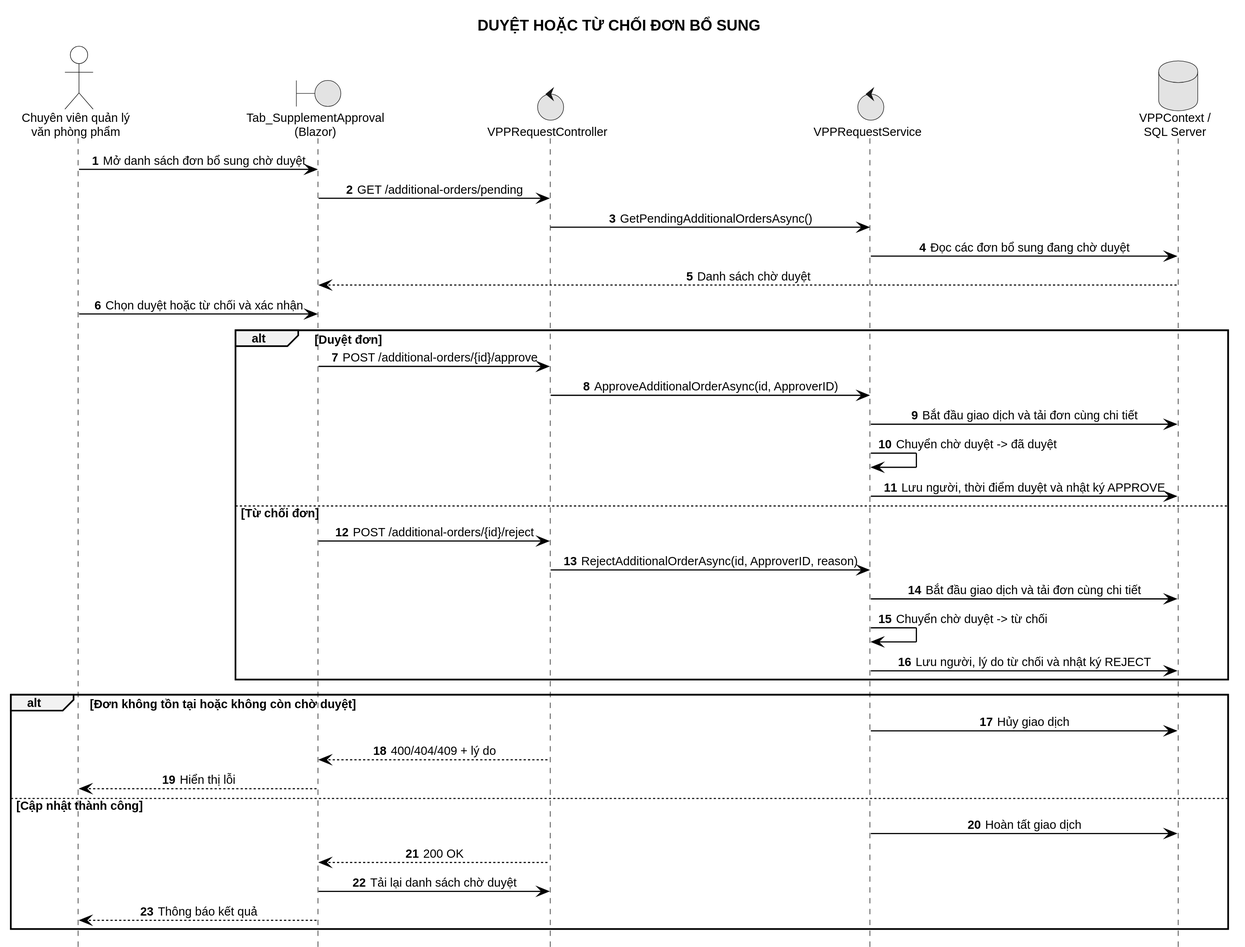
Before: LVTN/diagrams/ch03/sequence-approve-additional-request.svg, a diagram exported from PlantUML (Miikey24s/gtas_vpp).
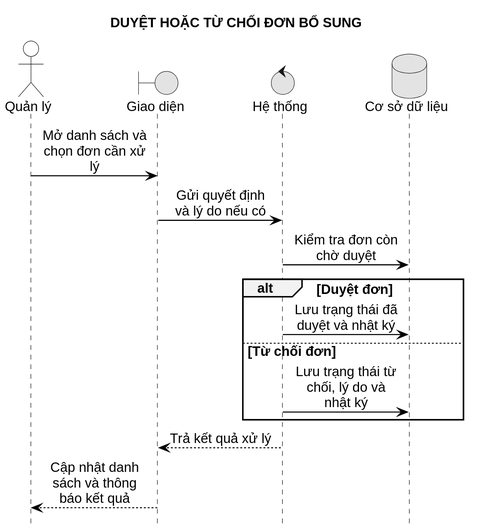
Above is the later version.

What changed in the source:
```diff
@@ -2,41 +2,20 @@
 !include ../common/sequence-style.puml
 title DUYỆT HOẶC TỪ CHỐI ĐƠN BỔ SUNG
 
-actor "Chuyên viên quản lý\nvăn phòng phẩm" as Procurement
-boundary "Tab_SupplementApproval\n(Blazor)" as FE
-control "VPPRequestController" as API
-control "VPPRequestService" as Service
-database "VPPContext /\nSQL Server" as DB
+actor "Quản lý" as Manager
+boundary "Giao diện" as UI
+control "Hệ thống" as System
+database "Cơ sở dữ liệu" as DB
 
-Procurement -> FE : Mở danh sách đơn bổ sung chờ duyệt
-FE -> API : GET /additional-orders/pending
-API -> Service : GetPendingAdditionalOrdersAsync()
-Service -> DB : Đọc các đơn bổ sung đang chờ duyệt
-DB --> FE : Danh sách chờ duyệt
-Procurement -> FE : Chọn duyệt hoặc từ chối và xác nhận
+Manager -> UI : Mở danh sách và chọn đơn cần xử lý
+UI -> System : Gửi quyết định và lý do nếu có
+System -> DB : Kiểm tra đơn còn chờ duyệt
 
 alt Duyệt đơn
-  FE -> API : POST /additional-orders/{id}/approve
-  API -> Service : ApproveAdditionalOrderAsync(id, ApproverID)
-  Service -> DB : Bắt đầu giao dịch và tải đơn cùng chi tiết
-  Service -> Service : Chuyển chờ duyệt -> đã duyệt
-  Service -> DB : Lưu người, thời điểm duyệt và nhật ký APPROVE
+  System -> DB : Lưu trạng thái đã duyệt và nhật ký
 else Từ chối đơn
-  FE -> API : POST /additional-orders/{id}/reject
-  API -> Service : RejectAdditionalOrderAsync(id, ApproverID, reason)
-  Service -> DB : Bắt đầu giao dịch và tải đơn cùng chi tiết
-  Service -> Service : Chuyển chờ duyệt -> từ chối
-  Service -> DB : Lưu người, lý do từ chối và nhật ký REJECT
+  System -> DB : Lưu trạng thái từ chối, lý do và nhật ký
 end
-
-alt Đơn không tồn tại hoặc không còn chờ duyệt
-  Service -> DB : Hủy giao dịch
-  API --> FE : 400/404/409 + lý do
-  FE --> Procurement : Hiển thị lỗi
-else Cập nhật thành công
-  Service -> DB : Hoàn tất giao dịch
-  API --> FE : 200 OK
-  FE -> API : Tải lại danh sách chờ duyệt
-  FE --> Procurement : Thông báo kết quả
-end
+System --> UI : Trả kết quả xử lý
+UI --> Manager : Cập nhật danh sách và thông báo kết quả
 @enduml
```
